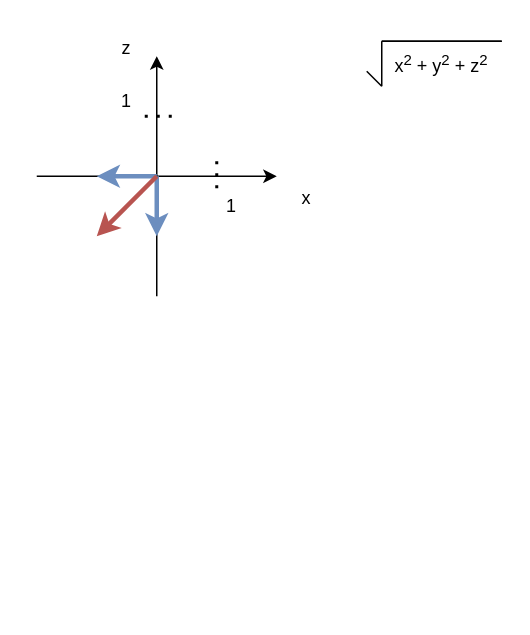
Above: ShootingFighter/Concept.drawio in luke-youngmin-cho/UnityEngineBasic_6th (draw.io), before the change. Source tidied: cells renumbered, new cells numbered last; positions are measured from the earlier drawing's top-left corner, leaving out a move shared by most shapes. Both pictures are drawn from the tidied source at 150%, with x=0, y=0 at pixel (36, 26).
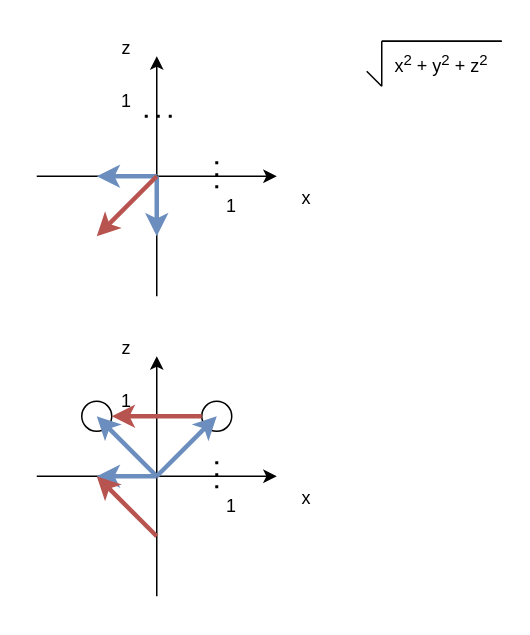
The same diagram, later.

What changed in the source:
```diff
@@
+    <mxCell id="18" style="endArrow=classic;html=1;rounded=0;" parent="1" edge="1">
+      <mxGeometry relative="1" as="geometry">
+        <mxPoint x="80" y="380" as="sourcePoint" />
+        <mxPoint x="80" y="220" as="targetPoint" />
+      </mxGeometry>
+    </mxCell>
+    <mxCell id="19" style="endArrow=classic;html=1;rounded=0;" parent="1" edge="1">
+      <mxGeometry relative="1" as="geometry">
+        <mxPoint y="300" as="sourcePoint" />
+        <mxPoint x="160" y="300" as="targetPoint" />
+      </mxGeometry>
+    </mxCell>
+    <mxCell id="20" value="x" style="text;html=1;strokeColor=none;fillColor=none;align=center;verticalAlign=middle;whiteSpace=wrap;rounded=0;" parent="1" vertex="1">
+      <mxGeometry x="170" y="300" width="20" height="30" as="geometry" />
+    </mxCell>
+    <mxCell id="21" value="z" style="text;html=1;strokeColor=none;fillColor=none;align=center;verticalAlign=middle;whiteSpace=wrap;rounded=0;" parent="1" vertex="1">
+      <mxGeometry x="50" y="200" width="20" height="30" as="geometry" />
+    </mxCell>
+    <mxCell id="22" value="1" style="text;html=1;strokeColor=none;fillColor=none;align=center;verticalAlign=middle;whiteSpace=wrap;rounded=0;" parent="1" vertex="1">
+      <mxGeometry x="120" y="310" width="20" height="20" as="geometry" />
+    </mxCell>
+    <mxCell id="23" style="endArrow=none;dashed=1;html=1;dashPattern=1 3;strokeWidth=2;rounded=0;" parent="1" edge="1">
+      <mxGeometry relative="1" as="geometry">
+        <mxPoint x="120" y="290" as="sourcePoint" />
+        <mxPoint x="120" y="310" as="targetPoint" />
+      </mxGeometry>
+    </mxCell>
+    <mxCell id="24" style="endArrow=none;dashed=1;html=1;dashPattern=1 3;strokeWidth=2;rounded=0;" parent="1" edge="1">
+      <mxGeometry relative="1" as="geometry">
+        <mxPoint x="90" y="260" as="sourcePoint" />
+        <mxPoint x="70" y="260" as="targetPoint" />
+      </mxGeometry>
+    </mxCell>
+    <mxCell id="25" value="1" style="text;html=1;strokeColor=none;fillColor=none;align=center;verticalAlign=middle;whiteSpace=wrap;rounded=0;" parent="1" vertex="1">
+      <mxGeometry x="50" y="240" width="20" height="20" as="geometry" />
+    </mxCell>
+    <mxCell id="26" style="endArrow=classic;html=1;rounded=0;strokeWidth=3;fillColor=#dae8fc;strokeColor=#6c8ebf;" parent="1" edge="1">
+      <mxGeometry relative="1" as="geometry">
+        <mxPoint x="80" y="300" as="sourcePoint" />
+        <mxPoint x="40" y="300" as="targetPoint" />
+      </mxGeometry>
+    </mxCell>
+    <mxCell id="27" style="endArrow=classic;html=1;rounded=0;strokeWidth=3;fillColor=#f8cecc;strokeColor=#b85450;" parent="1" edge="1">
+      <mxGeometry relative="1" as="geometry">
+        <mxPoint x="80" y="340" as="sourcePoint" />
+        <mxPoint x="40" y="300" as="targetPoint" />
+      </mxGeometry>
+    </mxCell>
+    <mxCell id="28" style="ellipse;whiteSpace=wrap;html=1;" parent="1" vertex="1">
+      <mxGeometry x="30" y="250" width="20" height="20" as="geometry" />
+    </mxCell>
+    <mxCell id="29" style="endArrow=classic;html=1;rounded=0;strokeWidth=3;fillColor=#dae8fc;strokeColor=#6c8ebf;entryX=0.5;entryY=0.5;entryDx=0;entryDy=0;entryPerimeter=0;" parent="1" edge="1" target="28">
+      <mxGeometry relative="1" as="geometry">
+        <mxPoint x="80" y="300" as="sourcePoint" />
+      </mxGeometry>
+    </mxCell>
+    <mxCell id="30" style="ellipse;whiteSpace=wrap;html=1;" parent="1" vertex="1">
+      <mxGeometry x="110" y="250" width="20" height="20" as="geometry" />
+    </mxCell>
+    <mxCell id="31" style="endArrow=classic;html=1;rounded=0;strokeWidth=3;fillColor=#dae8fc;strokeColor=#6c8ebf;startArrow=none;entryX=0.5;entryY=0.5;entryDx=0;entryDy=0;entryPerimeter=0;" parent="1" edge="1" target="30">
+      <mxGeometry relative="1" as="geometry">
+        <mxPoint x="80" y="300" as="sourcePoint" />
+      </mxGeometry>
+    </mxCell>
+    <mxCell id="32" style="endArrow=classic;html=1;rounded=0;strokeWidth=3;fillColor=#f8cecc;strokeColor=#b85450;" parent="1" edge="1" source="30" target="28">
+      <mxGeometry relative="1" as="geometry" />
+    </mxCell>
```
